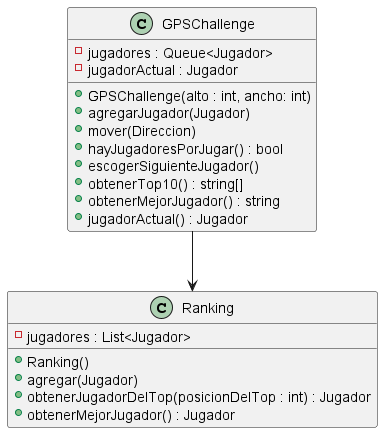
NestorPala/T17-GPSChallenge keeps this PlantUML diagram as diagrams/classes/Ranking/diagrama_ranking.png. Above is the earlier version. Its diagram source:
```plantuml
@startuml

class GPSChallenge {
    - jugadores : Queue<Jugador>
    - jugadorActual : Jugador
    + GPSChallenge(alto : int, ancho: int)
    + agregarJugador(Jugador)
    + mover(Direccion)
    + hayJugadoresPorJugar() : bool
    + escogerSiguienteJugador()
    + obtenerTop10() : string[]
    + obtenerMejorJugador() : string
    + jugadorActual() : Jugador
}

class Ranking {
    - jugadores : List<Jugador>
    + Ranking()
    + agregar(Jugador)
    + obtenerJugadorDelTop(posicionDelTop : int) : Jugador
    + obtenerMejorJugador() : Jugador
}

GPSChallenge --> Ranking

@enduml
```
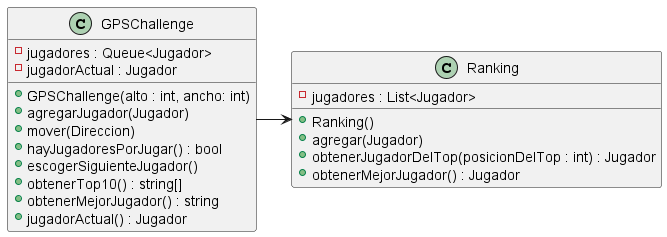
The same diagram one commit later.

Commit message:
modifico algunos diagramas de clases (Jugador)

Diff of the diagram source:
```diff
@@ -21,6 +21,6 @@
     + obtenerMejorJugador() : Jugador
 }
 
-GPSChallenge --> Ranking
+GPSChallenge -> Ranking
 
 @enduml
```
